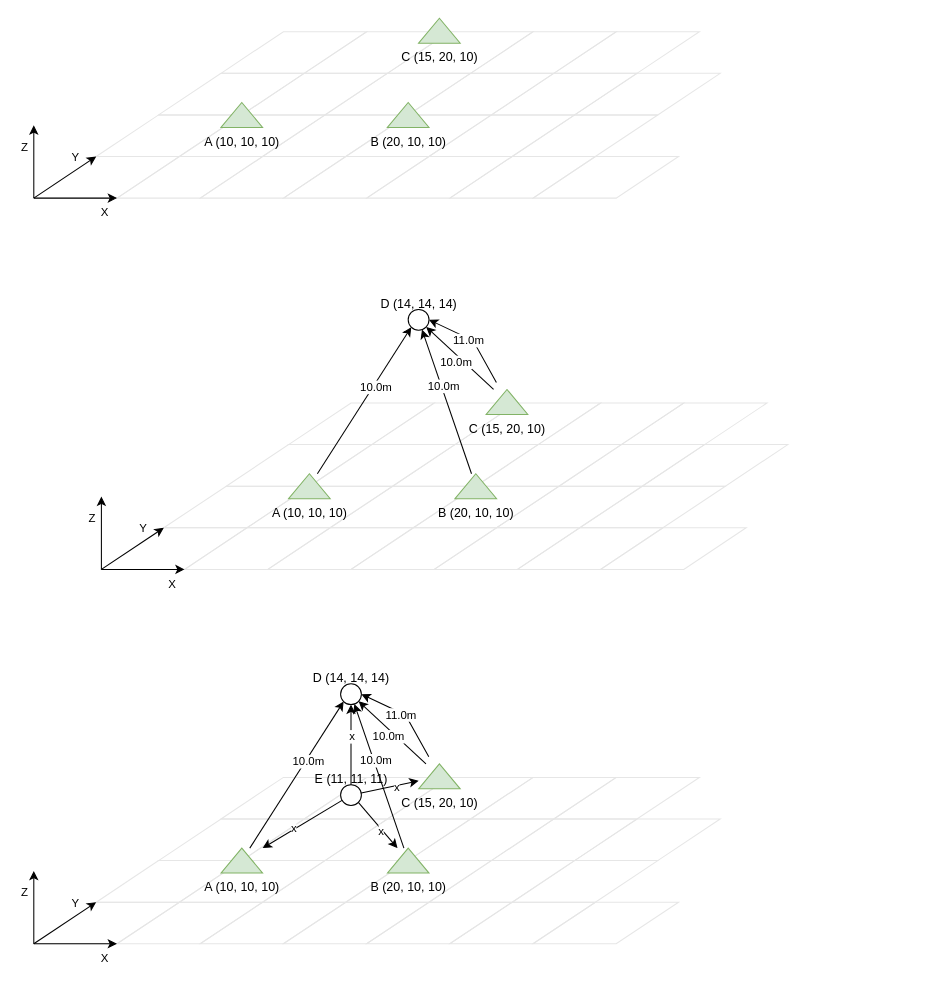
Before: Doc/Programmer/benchtopo.drawio in micmacv2/MMVII, a draw.io diagram. Source tidied: cells renumbered, new cells numbered last; positions are measured from the earlier drawing's top-left corner, leaving out a move shared by most shapes. Both pictures are drawn from the tidied source at 104%, with x=0, y=0 at pixel (18, 18).
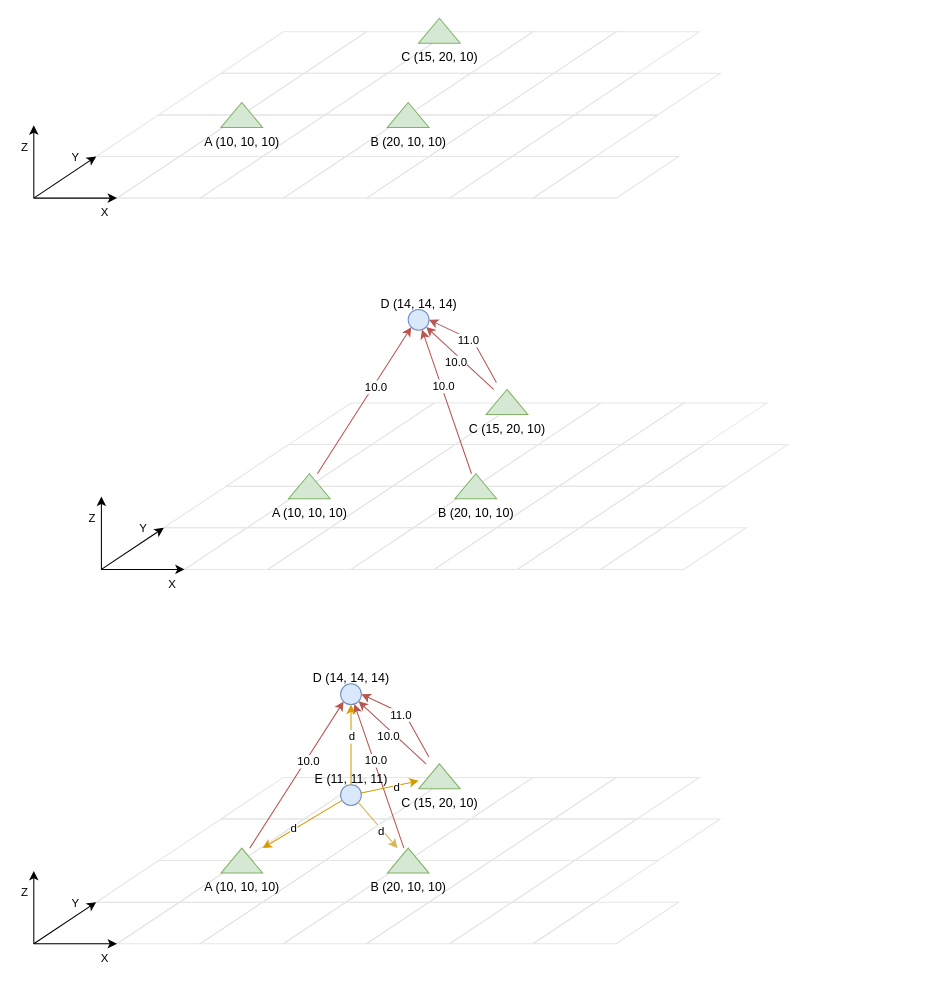
Above is the later version.

The change refers to these unchanged cells:
```xml
<mxCell id="27" value="A (10, 10, 10)" style="verticalLabelPosition=bottom;verticalAlign=top;html=1;shape=mxgraph.basic.acute_triangle;dx=0.5;fillColor=#d5e8d4;strokeColor=#82b366;" parent="2" vertex="1">
  <mxGeometry x="260" y="68" width="40" height="24" as="geometry" />
</mxCell>
<mxCell id="28" value="B (20, 10, 10)" style="verticalLabelPosition=bottom;verticalAlign=top;html=1;shape=mxgraph.basic.acute_triangle;dx=0.5;fillColor=#d5e8d4;strokeColor=#82b366;" parent="2" vertex="1">
  <mxGeometry x="420" y="68" width="40" height="24" as="geometry" />
</mxCell>
<mxCell id="29" value="&lt;div&gt;C (15, 20, 10)&lt;/div&gt;" style="verticalLabelPosition=bottom;verticalAlign=top;html=1;shape=mxgraph.basic.acute_triangle;dx=0.5;fillColor=#d5e8d4;strokeColor=#82b366;" parent="2" vertex="1">
  <mxGeometry x="450" y="-13" width="40" height="24" as="geometry" />
</mxCell>
<mxCell id="103" value="A (10, 10, 10)" style="verticalLabelPosition=bottom;verticalAlign=top;html=1;shape=mxgraph.basic.acute_triangle;dx=0.5;fillColor=#d5e8d4;strokeColor=#82b366;" parent="1" vertex="1">
  <mxGeometry x="195" y="798" width="40" height="24" as="geometry" />
</mxCell>
<mxCell id="104" value="B (20, 10, 10)" style="verticalLabelPosition=bottom;verticalAlign=top;html=1;shape=mxgraph.basic.acute_triangle;dx=0.5;fillColor=#d5e8d4;strokeColor=#82b366;" parent="1" vertex="1">
  <mxGeometry x="355" y="798" width="40" height="24" as="geometry" />
</mxCell>
<mxCell id="105" value="&lt;div&gt;C (15, 20, 10)&lt;/div&gt;" style="verticalLabelPosition=bottom;verticalAlign=top;html=1;shape=mxgraph.basic.acute_triangle;dx=0.5;fillColor=#d5e8d4;strokeColor=#82b366;" parent="1" vertex="1">
  <mxGeometry x="385" y="717" width="40" height="24" as="geometry" />
</mxCell>
```

The edit, as a diff of the source:
```diff
@@
-    <mxCell id="71" style="ellipse;whiteSpace=wrap;html=1;" parent="1" vertex="1">
+    <mxCell id="71" style="ellipse;whiteSpace=wrap;html=1;fillColor=#dae8fc;strokeColor=#6c8ebf;" parent="1" vertex="1">
       <mxGeometry x="375" y="280" width="20" height="20" as="geometry" />
     </mxCell>
-    <mxCell id="72" style="endArrow=classic;html=1;rounded=0;entryX=0;entryY=1;entryDx=0;entryDy=0;" parent="1" edge="1" source="27" target="71">
+    <mxCell id="72" style="endArrow=classic;html=1;rounded=0;entryX=0;entryY=1;entryDx=0;entryDy=0;fillColor=#f8cecc;strokeColor=#b85450;" parent="1" edge="1" source="27" target="71">
       <mxGeometry relative="1" as="geometry" />
     </mxCell>
-    <mxCell id="73" value="10.0m" style="edgeLabel;html=1;align=center;verticalAlign=middle;" parent="72" vertex="1">
+    <mxCell id="73" value="10.0" style="edgeLabel;html=1;align=center;verticalAlign=middle;" parent="72" vertex="1">
       <mxGeometry x="0.21" y="-2" relative="1" as="geometry" />
     </mxCell>
@@
-    <mxCell id="75" style="endArrow=classic;html=1;rounded=0;" parent="1" edge="1" source="28" target="71">
+    <mxCell id="75" style="endArrow=classic;html=1;rounded=0;fillColor=#f8cecc;strokeColor=#b85450;" parent="1" edge="1" source="28" target="71">
       <mxGeometry relative="1" as="geometry" />
     </mxCell>
-    <mxCell id="76" value="10.0m" style="edgeLabel;html=1;align=center;verticalAlign=middle;" parent="75" vertex="1">
+    <mxCell id="76" value="10.0" style="edgeLabel;html=1;align=center;verticalAlign=middle;" parent="75" vertex="1">
       <mxGeometry x="0.21" y="-2" relative="1" as="geometry" />
     </mxCell>
-    <mxCell id="77" style="endArrow=classic;html=1;rounded=0;" parent="1" edge="1" source="29" target="71">
+    <mxCell id="77" style="endArrow=classic;html=1;rounded=0;fillColor=#f8cecc;strokeColor=#b85450;" parent="1" edge="1" source="29" target="71">
       <mxGeometry relative="1" as="geometry" />
     </mxCell>
-    <mxCell id="78" value="10.0m" style="edgeLabel;html=1;align=center;verticalAlign=middle;" parent="77" vertex="1">
+    <mxCell id="78" value="10.0" style="edgeLabel;html=1;align=center;verticalAlign=middle;" parent="77" vertex="1">
       <mxGeometry x="0.21" y="-2" relative="1" as="geometry">
         <mxPoint x="1" y="11" as="offset" />
       </mxGeometry>
     </mxCell>
@@
-    <mxCell id="113" style="ellipse;whiteSpace=wrap;html=1;" parent="1" vertex="1">
+    <mxCell id="113" style="ellipse;whiteSpace=wrap;html=1;fillColor=#dae8fc;strokeColor=#6c8ebf;" parent="1" vertex="1">
       <mxGeometry x="310" y="640" width="20" height="20" as="geometry" />
     </mxCell>
-    <mxCell id="114" style="endArrow=classic;html=1;rounded=0;entryX=0;entryY=1;entryDx=0;entryDy=0;" parent="1" edge="1" source="103" target="113">
+    <mxCell id="114" style="endArrow=classic;html=1;rounded=0;entryX=0;entryY=1;entryDx=0;entryDy=0;fillColor=#f8cecc;strokeColor=#b85450;" parent="1" edge="1" source="103" target="113">
       <mxGeometry relative="1" as="geometry" />
     </mxCell>
-    <mxCell id="115" value="10.0m" style="edgeLabel;html=1;align=center;verticalAlign=middle;" parent="114" vertex="1">
+    <mxCell id="115" value="10.0" style="edgeLabel;html=1;align=center;verticalAlign=middle;" parent="114" vertex="1">
       <mxGeometry x="0.21" y="-2" relative="1" as="geometry" />
     </mxCell>
@@
-    <mxCell id="117" style="endArrow=classic;html=1;rounded=0;" parent="1" edge="1" source="104" target="113">
+    <mxCell id="117" style="endArrow=classic;html=1;rounded=0;fillColor=#f8cecc;strokeColor=#b85450;" parent="1" edge="1" source="104" target="113">
       <mxGeometry relative="1" as="geometry" />
     </mxCell>
-    <mxCell id="118" value="10.0m" style="edgeLabel;html=1;align=center;verticalAlign=middle;" parent="117" vertex="1">
+    <mxCell id="118" value="10.0" style="edgeLabel;html=1;align=center;verticalAlign=middle;" parent="117" vertex="1">
       <mxGeometry x="0.21" y="-2" relative="1" as="geometry" />
     </mxCell>
-    <mxCell id="119" style="endArrow=classic;html=1;rounded=0;" parent="1" edge="1" source="105" target="113">
+    <mxCell id="119" style="endArrow=classic;html=1;rounded=0;fillColor=#f8cecc;strokeColor=#b85450;" parent="1" edge="1" source="105" target="113">
       <mxGeometry relative="1" as="geometry" />
     </mxCell>
-    <mxCell id="120" value="10.0m" style="edgeLabel;html=1;align=center;verticalAlign=middle;" parent="119" vertex="1">
+    <mxCell id="120" value="10.0" style="edgeLabel;html=1;align=center;verticalAlign=middle;" parent="119" vertex="1">
       <mxGeometry x="0.21" y="-2" relative="1" as="geometry">
         <mxPoint x="1" y="11" as="offset" />
       </mxGeometry>
     </mxCell>
-    <mxCell id="121" style="ellipse;whiteSpace=wrap;html=1;" parent="1" vertex="1">
+    <mxCell id="121" style="ellipse;whiteSpace=wrap;html=1;fillColor=#dae8fc;strokeColor=#6c8ebf;" parent="1" vertex="1">
       <mxGeometry x="310" y="737" width="20" height="20" as="geometry" />
     </mxCell>
@@
-    <mxCell id="123" style="endArrow=classic;html=1;rounded=0;" parent="1" edge="1" source="121" target="103">
+    <mxCell id="123" style="endArrow=classic;html=1;rounded=0;fillColor=#ffe6cc;strokeColor=#d79b00;" parent="1" edge="1" source="121" target="103">
       <mxGeometry relative="1" as="geometry" />
     </mxCell>
-    <mxCell id="124" value="x" style="edgeLabel;html=1;align=center;verticalAlign=middle;" parent="123" vertex="1">
+    <mxCell id="124" value="d" style="edgeLabel;html=1;align=center;verticalAlign=middle;" parent="123" vertex="1">
       <mxGeometry x="0.21" y="-2" relative="1" as="geometry" />
     </mxCell>
-    <mxCell id="125" style="endArrow=classic;html=1;rounded=0;exitX=1;exitY=1;exitDx=0;exitDy=0;" parent="1" edge="1" source="121" target="104">
+    <mxCell id="125" style="endArrow=classic;html=1;rounded=0;exitX=1;exitY=1;exitDx=0;exitDy=0;fillColor=#fff2cc;strokeColor=#d6b656;" parent="1" edge="1" source="121" target="104">
       <mxGeometry relative="1" as="geometry" />
     </mxCell>
-    <mxCell id="126" value="x" style="edgeLabel;html=1;align=center;verticalAlign=middle;" parent="125" vertex="1">
+    <mxCell id="126" value="d" style="edgeLabel;html=1;align=center;verticalAlign=middle;" parent="125" vertex="1">
       <mxGeometry x="0.21" y="-2" relative="1" as="geometry" />
     </mxCell>
-    <mxCell id="127" style="endArrow=classic;html=1;rounded=0;" parent="1" edge="1" source="121" target="105">
+    <mxCell id="127" style="endArrow=classic;html=1;rounded=0;fillColor=#ffe6cc;strokeColor=#d79b00;" parent="1" edge="1" source="121" target="105">
       <mxGeometry relative="1" as="geometry" />
     </mxCell>
-    <mxCell id="128" value="x" style="edgeLabel;html=1;align=center;verticalAlign=middle;" parent="127" vertex="1">
+    <mxCell id="128" value="d" style="edgeLabel;html=1;align=center;verticalAlign=middle;" parent="127" vertex="1">
       <mxGeometry x="0.21" y="-2" relative="1" as="geometry" />
     </mxCell>
-    <mxCell id="129" style="endArrow=classic;html=1;rounded=0;entryX=0.5;entryY=1;entryDx=0;entryDy=0;" parent="1" edge="1" source="121" target="113">
+    <mxCell id="129" style="endArrow=classic;html=1;rounded=0;entryX=0.5;entryY=1;entryDx=0;entryDy=0;fillColor=#ffe6cc;strokeColor=#d79b00;" parent="1" edge="1" source="121" target="113">
       <mxGeometry relative="1" as="geometry" />
     </mxCell>
-    <mxCell id="130" value="x" style="edgeLabel;html=1;align=center;verticalAlign=middle;" parent="129" vertex="1">
+    <mxCell id="130" value="d" style="edgeLabel;html=1;align=center;verticalAlign=middle;" parent="129" vertex="1">
       <mxGeometry x="0.21" y="-2" relative="1" as="geometry">
         <mxPoint x="-2" as="offset" />
       </mxGeometry>
     </mxCell>
-    <mxCell id="131" style="endArrow=classic;html=1;rounded=0;" parent="1" edge="1">
+    <mxCell id="131" style="endArrow=classic;html=1;rounded=0;fillColor=#f8cecc;strokeColor=#b85450;" parent="1" edge="1">
       <mxGeometry relative="1" as="geometry">
         <mxPoint x="459.8" y="350.2" as="sourcePoint" />
         <mxPoint x="395" y="290" as="targetPoint" />
         <Array as="points">
           <mxPoint x="437.4" y="310" />
         </Array>
       </mxGeometry>
     </mxCell>
-    <mxCell id="132" value="11.0m" style="edgeLabel;html=1;align=center;verticalAlign=middle;" parent="131" vertex="1">
+    <mxCell id="132" value="11.0" style="edgeLabel;html=1;align=center;verticalAlign=middle;" parent="131" vertex="1">
       <mxGeometry x="0.21" y="-2" relative="1" as="geometry">
         <mxPoint x="3" y="6" as="offset" />
       </mxGeometry>
     </mxCell>
-    <mxCell id="133" style="endArrow=classic;html=1;rounded=0;" parent="1" edge="1">
+    <mxCell id="133" style="endArrow=classic;html=1;rounded=0;fillColor=#f8cecc;strokeColor=#b85450;" parent="1" edge="1">
       <mxGeometry relative="1" as="geometry">
         <mxPoint x="394.8" y="710.2" as="sourcePoint" />
         <mxPoint x="330" y="650" as="targetPoint" />
         <Array as="points">
           <mxPoint x="372.4" y="670" />
         </Array>
       </mxGeometry>
     </mxCell>
-    <mxCell id="134" value="11.0m" style="edgeLabel;html=1;align=center;verticalAlign=middle;" parent="133" vertex="1">
+    <mxCell id="134" value="11.0" style="edgeLabel;html=1;align=center;verticalAlign=middle;" parent="133" vertex="1">
       <mxGeometry x="0.21" y="-2" relative="1" as="geometry">
         <mxPoint x="3" y="6" as="offset" />
       </mxGeometry>
     </mxCell>
```
